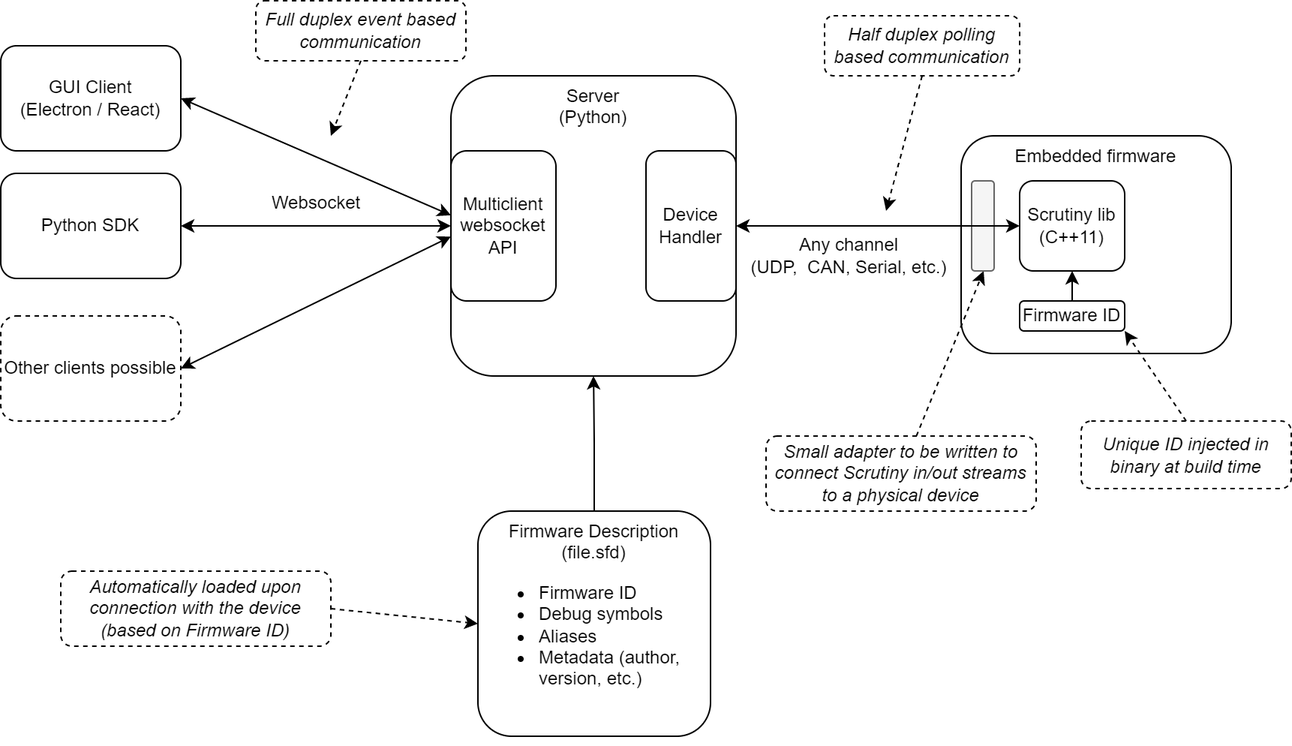
scrutinydebugger/scrutiny-website keeps this draw.io diagram as source/images/diagrams/global_architecture.png. Above is the earlier version. Source tidied: cells renumbered, new cells last; positions are measured from the earlier drawing's top-left corner, leaving out a move shared by most shapes. Source of this version:
```xml
<mxGraphModel background="#ffffff">
  <root>
    <mxCell id="0" />
    <mxCell id="1" parent="0" />
    <mxCell id="2" value="&lt;div&gt;Server&lt;/div&gt;&lt;div&gt;(Python)&lt;br&gt;&lt;/div&gt;" style="rounded=1;whiteSpace=wrap;html=1;verticalAlign=top;" parent="1" vertex="1">
      <mxGeometry x="300" y="50" width="190" height="200" as="geometry" />
    </mxCell>
    <mxCell id="3" value="Embedded firmware" style="rounded=1;whiteSpace=wrap;html=1;verticalAlign=top;align=center;" parent="1" vertex="1">
      <mxGeometry x="640" y="90" width="180" height="145" as="geometry" />
    </mxCell>
    <mxCell id="4" value="&lt;div&gt;Scrutiny lib (C++11)&lt;/div&gt;" style="rounded=1;whiteSpace=wrap;html=1;" parent="1" vertex="1">
      <mxGeometry x="679" y="120" width="70" height="60" as="geometry" />
    </mxCell>
    <mxCell id="5" value="&lt;div&gt;GUI Client&lt;br&gt;(Electron / React)&lt;br&gt;&lt;/div&gt;" style="rounded=1;whiteSpace=wrap;html=1;" parent="1" vertex="1">
      <mxGeometry y="30" width="120" height="70" as="geometry" />
    </mxCell>
    <mxCell id="6" style="edgeStyle=orthogonalEdgeStyle;rounded=0;jettySize=auto;html=1;exitX=1;exitY=0.5;exitDx=0;exitDy=0;startArrow=classic;startFill=1;" parent="1" edge="1" source="7" target="9">
      <mxGeometry relative="1" as="geometry" />
    </mxCell>
    <mxCell id="7" value="Python SDK" style="rounded=1;whiteSpace=wrap;html=1;" parent="1" vertex="1">
      <mxGeometry y="115" width="120" height="70" as="geometry" />
    </mxCell>
    <mxCell id="8" value="Other clients possible" style="rounded=1;whiteSpace=wrap;html=1;dashed=1;" parent="1" vertex="1">
      <mxGeometry y="210" width="120" height="70" as="geometry" />
    </mxCell>
    <mxCell id="9" value="&lt;div&gt;Multiclient &lt;br&gt;&lt;/div&gt;&lt;div&gt;websocket API&lt;/div&gt;" style="rounded=1;whiteSpace=wrap;html=1;verticalAlign=middle;" parent="1" vertex="1">
      <mxGeometry x="300" y="100" width="70" height="100" as="geometry" />
    </mxCell>
    <mxCell id="10" value="Half duplex polling based communication" style="rounded=1;whiteSpace=wrap;html=1;dashed=1;verticalAlign=middle;fontStyle=2;spacingLeft=5;spacingRight=5;spacing=-1;spacingBottom=5;spacingTop=5;" parent="1" vertex="1">
      <mxGeometry x="549" y="10" width="130" height="40" as="geometry" />
    </mxCell>
    <mxCell id="11" value="Small adapter to be written to connect Scrutiny in/out streams to a physical device" style="rounded=1;whiteSpace=wrap;html=1;dashed=1;verticalAlign=middle;fontStyle=2;fontFamily=Helvetica;" parent="1" vertex="1">
      <mxGeometry x="510" y="290" width="180" height="50" as="geometry" />
    </mxCell>
    <mxCell id="12" style="endArrow=classic;html=1;rounded=0;dashed=1;" parent="1" edge="1" source="11">
      <mxGeometry relative="1" as="geometry">
        <mxPoint x="655" y="180" as="targetPoint" />
      </mxGeometry>
    </mxCell>
    <mxCell id="13" style="rounded=1;whiteSpace=wrap;html=1;fillColor=#f5f5f5;fontColor=#333333;strokeColor=#666666;" parent="1" vertex="1">
      <mxGeometry x="647" y="120" width="15" height="60" as="geometry" />
    </mxCell>
    <mxCell id="14" style="edgeStyle=orthogonalEdgeStyle;rounded=0;jettySize=auto;html=1;startArrow=classic;startFill=1;" parent="1" edge="1" source="2" target="4">
      <mxGeometry relative="1" as="geometry" />
    </mxCell>
    <mxCell id="15" value="Websocket" style="text;html=1;align=center;verticalAlign=middle;strokeColor=none;fillColor=none;" parent="1" vertex="1">
      <mxGeometry x="170" y="120" width="80" height="30" as="geometry" />
    </mxCell>
    <mxCell id="16" value="Full duplex event based communication" style="rounded=1;whiteSpace=wrap;html=1;dashed=1;verticalAlign=middle;fontStyle=2;spacingTop=5;spacingLeft=5;spacingBottom=5;spacingRight=5;" parent="1" vertex="1">
      <mxGeometry x="170" width="140" height="40" as="geometry" />
    </mxCell>
    <mxCell id="17" style="endArrow=classic;html=1;rounded=0;dashed=1;exitX=0.5;exitY=1;exitDx=0;exitDy=0;" parent="1" edge="1" source="10">
      <mxGeometry relative="1" as="geometry">
        <mxPoint x="590" y="140" as="targetPoint" />
      </mxGeometry>
    </mxCell>
    <mxCell id="18" style="endArrow=classic;html=1;rounded=0;dashed=1;exitX=0.5;exitY=1;exitDx=0;exitDy=0;" parent="1" edge="1" source="16">
      <mxGeometry relative="1" as="geometry">
        <mxPoint x="220" y="90" as="targetPoint" />
      </mxGeometry>
    </mxCell>
    <mxCell id="19" value="Any channel&lt;br&gt;&lt;div&gt;(UDP,&amp;nbsp; CAN, Serial, etc.)&lt;/div&gt;" style="text;html=1;align=center;verticalAlign=middle;strokeColor=none;fillColor=none;" parent="1" vertex="1">
      <mxGeometry x="490" y="150" width="150" height="40" as="geometry" />
    </mxCell>
    <mxCell id="20" style="endArrow=classic;startArrow=classic;html=1;rounded=0;entryX=0;entryY=0.571;entryDx=0;entryDy=0;entryPerimeter=0;exitX=1;exitY=0.5;exitDx=0;exitDy=0;" parent="1" edge="1" source="8" target="9">
      <mxGeometry relative="1" as="geometry" />
    </mxCell>
    <mxCell id="21" style="endArrow=classic;startArrow=classic;html=1;rounded=0;entryX=0;entryY=0.429;entryDx=0;entryDy=0;entryPerimeter=0;exitX=1;exitY=0.5;exitDx=0;exitDy=0;" parent="1" edge="1" source="5" target="9">
      <mxGeometry relative="1" as="geometry" />
    </mxCell>
    <mxCell id="22" style="edgeStyle=orthogonalEdgeStyle;rounded=0;jettySize=auto;html=1;exitX=0.5;exitY=0;exitDx=0;exitDy=0;" parent="1" edge="1" source="23" target="2">
      <mxGeometry relative="1" as="geometry" />
    </mxCell>
    <mxCell id="23" value="&lt;div align=&quot;center&quot;&gt;Firmware Description&lt;br&gt;(file.sfd)&lt;br&gt;&lt;/div&gt;&lt;div align=&quot;left&quot;&gt;&lt;ul&gt;&lt;li&gt;Firmware ID&lt;/li&gt;&lt;li&gt;Debug symbols&lt;/li&gt;&lt;li&gt;Aliases&lt;/li&gt;&lt;li&gt;Metadata (author, version, etc.)&lt;br&gt;&lt;/li&gt;&lt;/ul&gt;&lt;/div&gt;" style="rounded=1;whiteSpace=wrap;html=1;verticalAlign=top;" parent="1" vertex="1">
      <mxGeometry x="318" y="340" width="155" height="150" as="geometry" />
    </mxCell>
    <mxCell id="24" value="Device Handler" style="rounded=1;whiteSpace=wrap;html=1;verticalAlign=middle;" parent="1" vertex="1">
      <mxGeometry x="430" y="100" width="60" height="100" as="geometry" />
    </mxCell>
    <mxCell id="25" style="edgeStyle=orthogonalEdgeStyle;rounded=0;jettySize=auto;html=1;exitX=0.5;exitY=0;exitDx=0;exitDy=0;entryX=0.5;entryY=1;entryDx=0;entryDy=0;fontFamily=Helvetica;" parent="1" edge="1" source="26" target="4">
      <mxGeometry relative="1" as="geometry" />
    </mxCell>
    <mxCell id="26" value="Firmware ID" style="rounded=1;whiteSpace=wrap;html=1;" parent="1" vertex="1">
      <mxGeometry x="679" y="200" width="70" height="20" as="geometry" />
    </mxCell>
    <mxCell id="27" value="Unique ID injected in binary at build time" style="rounded=1;whiteSpace=wrap;html=1;dashed=1;verticalAlign=middle;fontStyle=2;" parent="1" vertex="1">
      <mxGeometry x="720" y="280" width="140" height="45" as="geometry" />
    </mxCell>
    <mxCell id="28" style="endArrow=classic;html=1;rounded=0;dashed=1;entryX=1;entryY=1;entryDx=0;entryDy=0;exitX=0.5;exitY=0;exitDx=0;exitDy=0;" parent="1" edge="1" source="27" target="26">
      <mxGeometry relative="1" as="geometry" />
    </mxCell>
    <mxCell id="29" value="&lt;div&gt;Automatically loaded upon connection with the device&lt;/div&gt;&lt;div&gt;(based on Firmware ID)&lt;/div&gt;" style="rounded=1;whiteSpace=wrap;html=1;dashed=1;verticalAlign=middle;fontStyle=2;fontFamily=Helvetica;" parent="1" vertex="1">
      <mxGeometry x="40" y="380" width="180" height="50" as="geometry" />
    </mxCell>
    <mxCell id="30" style="endArrow=classic;html=1;rounded=0;dashed=1;entryX=0;entryY=0.5;entryDx=0;entryDy=0;exitX=1;exitY=0.5;exitDx=0;exitDy=0;" parent="1" edge="1" source="29" target="23">
      <mxGeometry relative="1" as="geometry" />
    </mxCell>
  </root>
</mxGraphModel>
```
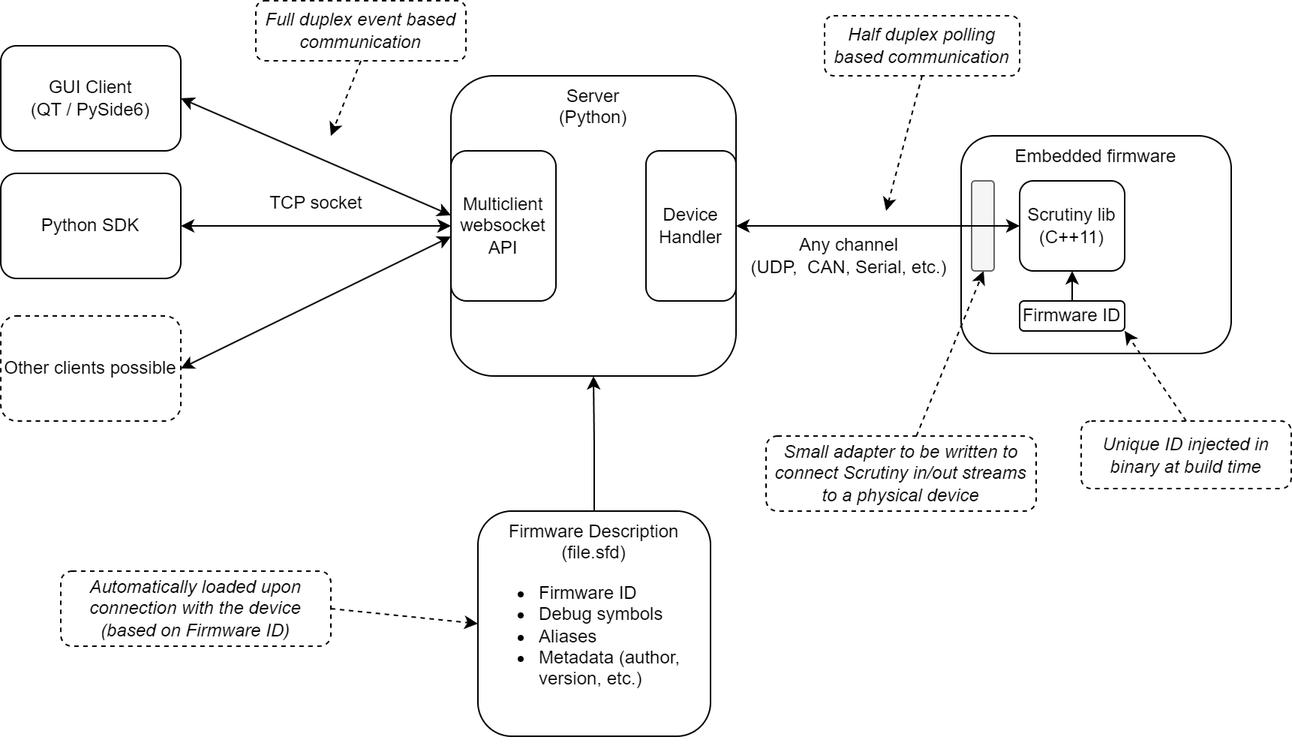
Later version of the same file.

Commit message:
Updated the global_architecture

Change to the diagram source:
```diff
@@ -11,7 +11,7 @@
     <mxCell id="4" value="&lt;div&gt;Scrutiny lib (C++11)&lt;/div&gt;" style="rounded=1;whiteSpace=wrap;html=1;" parent="1" vertex="1">
       <mxGeometry x="679" y="120" width="70" height="60" as="geometry" />
     </mxCell>
-    <mxCell id="5" value="&lt;div&gt;GUI Client&lt;br&gt;(Electron / React)&lt;br&gt;&lt;/div&gt;" style="rounded=1;whiteSpace=wrap;html=1;" parent="1" vertex="1">
+    <mxCell id="5" value="&lt;div&gt;GUI Client&lt;br&gt;(QT / PySide6)&lt;br&gt;&lt;/div&gt;" style="rounded=1;whiteSpace=wrap;html=1;" parent="1" vertex="1">
       <mxGeometry y="30" width="120" height="70" as="geometry" />
     </mxCell>
     <mxCell id="6" style="edgeStyle=orthogonalEdgeStyle;rounded=0;jettySize=auto;html=1;exitX=1;exitY=0.5;exitDx=0;exitDy=0;startArrow=classic;startFill=1;" parent="1" edge="1" source="7" target="9">
@@ -43,8 +43,8 @@
     <mxCell id="14" style="edgeStyle=orthogonalEdgeStyle;rounded=0;jettySize=auto;html=1;startArrow=classic;startFill=1;" parent="1" edge="1" source="2" target="4">
       <mxGeometry relative="1" as="geometry" />
     </mxCell>
-    <mxCell id="15" value="Websocket" style="text;html=1;align=center;verticalAlign=middle;strokeColor=none;fillColor=none;" parent="1" vertex="1">
-      <mxGeometry x="170" y="120" width="80" height="30" as="geometry" />
+    <mxCell id="15" value="TCP socket" style="text;html=1;align=center;verticalAlign=middle;strokeColor=none;fillColor=none;" parent="1" vertex="1">
+      <mxGeometry x="165" y="120" width="90" height="30" as="geometry" />
     </mxCell>
     <mxCell id="16" value="Full duplex event based communication" style="rounded=1;whiteSpace=wrap;html=1;dashed=1;verticalAlign=middle;fontStyle=2;spacingTop=5;spacingLeft=5;spacingBottom=5;spacingRight=5;" parent="1" vertex="1">
       <mxGeometry x="170" width="140" height="40" as="geometry" />
```
